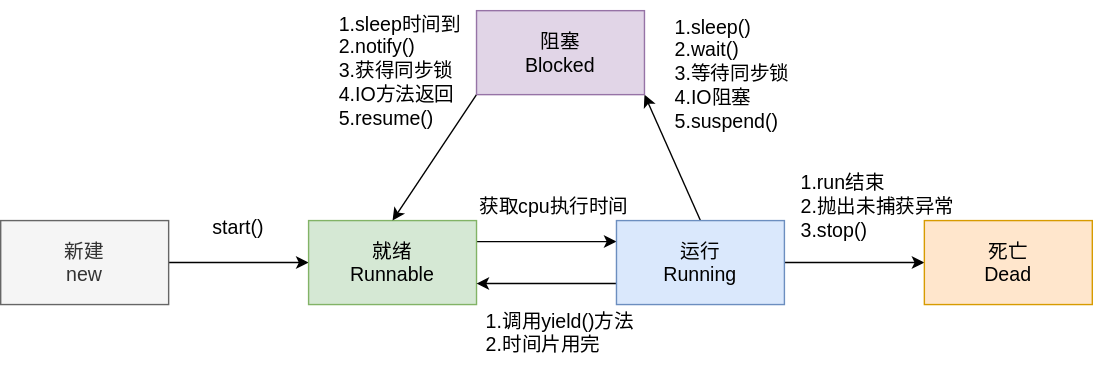
The draw.io diagram assets/drawio/线程的状态.svg in zhanjixun/zhanjixun.github.io, before a commit. Source tidied: cells renumbered, new cells last; positions are measured from the earlier drawing's top-left corner, leaving out a move shared by most shapes.
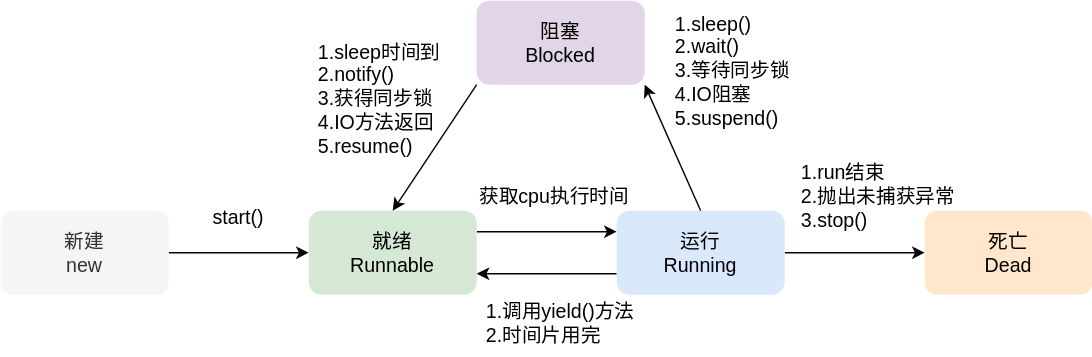
The same file after the commit.

Change to the diagram source:
```diff
@@ -5,13 +5,13 @@
     <mxCell id="2" style="edgeStyle=orthogonalEdgeStyle;rounded=0;jettySize=auto;html=1;exitX=1;exitY=0.5;exitDx=0;exitDy=0;entryX=0;entryY=0.5;entryDx=0;entryDy=0;fontSize=14;" parent="1" edge="1" source="3" target="5">
       <mxGeometry relative="1" as="geometry" />
     </mxCell>
-    <mxCell id="3" value="新建&lt;div&gt;new&lt;/div&gt;" style="rounded=0;whiteSpace=wrap;html=1;fontSize=14;fillColor=#f5f5f5;fontColor=#333333;strokeColor=#666666;" parent="1" vertex="1">
+    <mxCell id="3" value="新建&lt;div&gt;new&lt;/div&gt;" style="rounded=1;whiteSpace=wrap;html=1;fontSize=14;fillColor=#f5f5f5;fontColor=#333333;strokeColor=none;" parent="1" vertex="1">
       <mxGeometry y="157" width="120" height="60" as="geometry" />
     </mxCell>
     <mxCell id="4" style="edgeStyle=orthogonalEdgeStyle;rounded=0;jettySize=auto;html=1;exitX=1;exitY=0.25;exitDx=0;exitDy=0;entryX=0;entryY=0.25;entryDx=0;entryDy=0;fontSize=14;" parent="1" edge="1" source="5" target="9">
       <mxGeometry relative="1" as="geometry" />
     </mxCell>
-    <mxCell id="5" value="就绪&lt;div&gt;Runnable&lt;/div&gt;" style="rounded=0;whiteSpace=wrap;html=1;fontSize=14;fillColor=#d5e8d4;strokeColor=#82b366;" parent="1" vertex="1">
+    <mxCell id="5" value="就绪&lt;div&gt;Runnable&lt;/div&gt;" style="rounded=1;whiteSpace=wrap;html=1;fontSize=14;fillColor=#d5e8d4;strokeColor=none;" parent="1" vertex="1">
       <mxGeometry x="220" y="157" width="120" height="60" as="geometry" />
     </mxCell>
     <mxCell id="6" style="edgeStyle=orthogonalEdgeStyle;rounded=0;jettySize=auto;html=1;exitX=0;exitY=0.75;exitDx=0;exitDy=0;entryX=1;entryY=0.75;entryDx=0;entryDy=0;fontSize=14;" parent="1" edge="1" source="9" target="5">
@@ -23,16 +23,16 @@
     <mxCell id="8" style="rounded=0;jettySize=auto;html=1;exitX=0.5;exitY=0;exitDx=0;exitDy=0;entryX=1;entryY=1;entryDx=0;entryDy=0;fontSize=14;" parent="1" edge="1" source="9" target="12">
       <mxGeometry relative="1" as="geometry" />
     </mxCell>
-    <mxCell id="9" value="运行&lt;div&gt;Running&lt;/div&gt;" style="rounded=0;whiteSpace=wrap;html=1;fontSize=14;fillColor=#dae8fc;strokeColor=#6c8ebf;" parent="1" vertex="1">
+    <mxCell id="9" value="运行&lt;div&gt;Running&lt;/div&gt;" style="rounded=1;whiteSpace=wrap;html=1;fontSize=14;fillColor=#dae8fc;strokeColor=none;" parent="1" vertex="1">
       <mxGeometry x="440" y="157" width="120" height="60" as="geometry" />
     </mxCell>
-    <mxCell id="10" value="死亡&lt;div&gt;Dead&lt;/div&gt;" style="rounded=0;whiteSpace=wrap;html=1;fontSize=14;fillColor=#ffe6cc;strokeColor=#d79b00;" parent="1" vertex="1">
+    <mxCell id="10" value="死亡&lt;div&gt;Dead&lt;/div&gt;" style="rounded=1;whiteSpace=wrap;html=1;fontSize=14;fillColor=#ffe6cc;strokeColor=none;" parent="1" vertex="1">
       <mxGeometry x="660" y="157" width="120" height="60" as="geometry" />
     </mxCell>
     <mxCell id="11" style="rounded=0;jettySize=auto;html=1;exitX=0;exitY=1;exitDx=0;exitDy=0;strokeColor=default;entryX=0.5;entryY=0;entryDx=0;entryDy=0;fontSize=14;" parent="1" edge="1" source="12" target="5">
       <mxGeometry relative="1" as="geometry" />
     </mxCell>
-    <mxCell id="12" value="阻塞&lt;div&gt;Blocked&lt;/div&gt;" style="rounded=0;whiteSpace=wrap;html=1;fontSize=14;fillColor=#e1d5e7;strokeColor=#9673a6;" parent="1" vertex="1">
+    <mxCell id="12" value="阻塞&lt;div&gt;Blocked&lt;/div&gt;" style="rounded=1;whiteSpace=wrap;html=1;fontSize=14;fillColor=#e1d5e7;strokeColor=none;" parent="1" vertex="1">
       <mxGeometry x="340" y="7" width="120" height="60" as="geometry" />
     </mxCell>
     <mxCell id="13" value="start()" style="text;html=1;align=center;verticalAlign=middle;whiteSpace=wrap;rounded=0;fontSize=14;" parent="1" vertex="1">
@@ -48,10 +48,10 @@
       <mxGeometry x="570" y="117" width="130" height="60" as="geometry" />
     </mxCell>
     <mxCell id="17" value="1.sleep()&lt;div&gt;2.wait()&lt;/div&gt;&lt;div&gt;3.等待同步锁&lt;/div&gt;&lt;div&gt;4.IO阻塞&lt;/div&gt;&lt;div&gt;5.suspend()&lt;/div&gt;" style="text;html=1;align=left;verticalAlign=middle;strokeColor=none;fillColor=none;fontSize=14;" parent="1" vertex="1">
-      <mxGeometry x="480" y="2" width="110" height="100" as="geometry" />
+      <mxGeometry x="480" y="7" width="110" height="100" as="geometry" />
     </mxCell>
     <mxCell id="18" value="1.sleep时间到&lt;div&gt;2.notify()&lt;/div&gt;&lt;div&gt;3.获得同步锁&lt;/div&gt;&lt;div&gt;4.IO方法返回&lt;/div&gt;&lt;div&gt;5.resume()&lt;/div&gt;" style="text;html=1;align=left;verticalAlign=middle;strokeColor=none;fillColor=none;fontSize=14;" parent="1" vertex="1">
-      <mxGeometry x="240" width="110" height="100" as="geometry" />
+      <mxGeometry x="225" y="27" width="110" height="100" as="geometry" />
     </mxCell>
   </root>
 </mxGraphModel>
```
